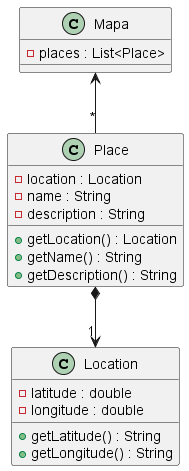
This is images/Domain model.png from Arquisoft/lomap_en2a, a PlantUML export, as it was before one commit.
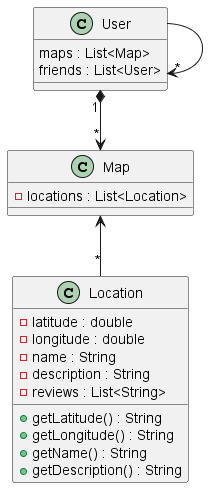
Later version of the same file.

Diff of the diagram source:
```diff
@@ -1,21 +1,25 @@
 @startuml
-class Mapa
-    Mapa : - places : List<Place>
-
-class Place
-    Place : - location : Location
-    Place : - name : String
-    Place : - description : String
-    Place : + getLocation() : Location
-    Place : + getName() : String
-    Place : + getDescription() : String
+class Map
+    Map : - locations : List<Location>
 
 class Location
     Location : - latitude : double
     Location : - longitude : double
+    Location : - name : String
+    Location : - description : String
+    Location : - reviews : List<String>
+
     Location : + getLatitude() : String
     Location : + getLongitude() : String
+    Location : + getName() : String
+    Location : + getDescription() : String
 
-Mapa <-- "*" Place
-Place *--> "1" Location
+class User
+    User : maps : List<Map>
+    User : friends : List<User>
+
+
+Map <-- "*" Location
+User "1" *--> "*" Map
+User --> "*" User
 @enduml
```
